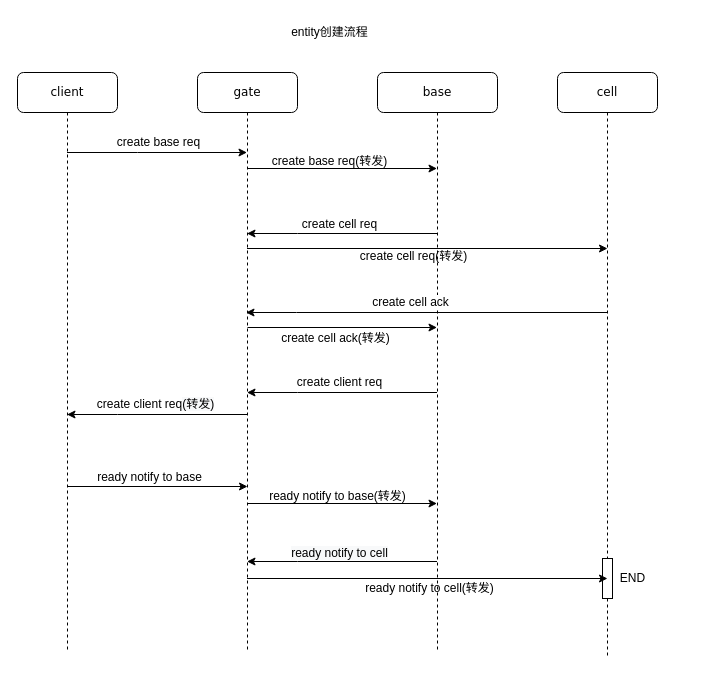
This is doc/流程图/entity创建流程.drawio from 610789338/yjengine, a draw.io file, before an edit. Source tidied: cells renumbered, new cells numbered last; positions are measured from the earlier drawing's top-left corner, leaving out a move shared by most shapes. Both pictures are drawn from the tidied source at 100%, with x=0, y=0 at pixel (17, 17).
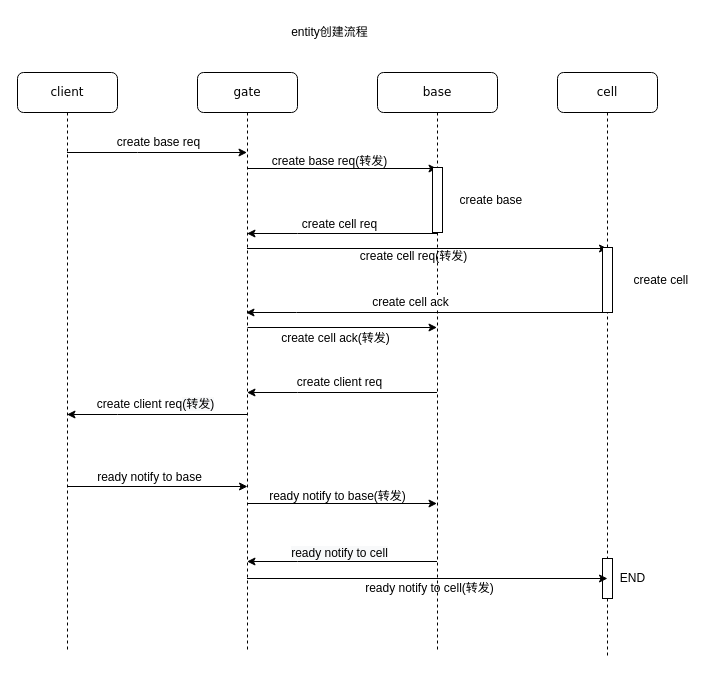
The same page after the edit.

Unchanged cells that the change refers to:
```xml
<mxCell id="3" value="base" style="shape=umlLifeline;perimeter=lifelinePerimeter;whiteSpace=wrap;html=1;outlineConnect=0;rounded=1;shadow=0;comic=0;labelBackgroundColor=none;strokeWidth=1;fontFamily=Verdana;fontSize=12;align=center;" parent="1" vertex="1">
  <mxGeometry x="360" y="55" width="120" height="580" as="geometry" />
</mxCell>
<mxCell id="6" value="cell" style="shape=umlLifeline;perimeter=lifelinePerimeter;whiteSpace=wrap;html=1;outlineConnect=0;rounded=1;shadow=0;comic=0;labelBackgroundColor=none;strokeWidth=1;fontFamily=Verdana;fontSize=12;align=center;" parent="1" vertex="1">
  <mxGeometry x="540" y="55" width="100" height="585" as="geometry" />
</mxCell>
```

What changed in the source:
```diff
@@
+    <mxCell id="31" value="&amp;nbsp; &amp;nbsp; &amp;nbsp; &amp;nbsp; &amp;nbsp; &amp;nbsp; &amp;nbsp; &amp;nbsp; &amp;nbsp; &amp;nbsp; &amp;nbsp; &amp;nbsp; &amp;nbsp; &amp;nbsp; &amp;nbsp; &amp;nbsp; create base" style="html=1;perimeter=orthogonalPerimeter;" parent="3" vertex="1">
+      <mxGeometry x="55" y="95" width="10" height="65" as="geometry" />
+    </mxCell>
@@
+    <mxCell id="32" value="&amp;nbsp; &amp;nbsp; &amp;nbsp; &amp;nbsp; &amp;nbsp; &amp;nbsp; &amp;nbsp; &amp;nbsp; &amp;nbsp; &amp;nbsp; &amp;nbsp; &amp;nbsp; &amp;nbsp; &amp;nbsp; &amp;nbsp; &amp;nbsp; create cell" style="html=1;perimeter=orthogonalPerimeter;" parent="6" vertex="1">
+      <mxGeometry x="45" y="175" width="10" height="65" as="geometry" />
+    </mxCell>
```
